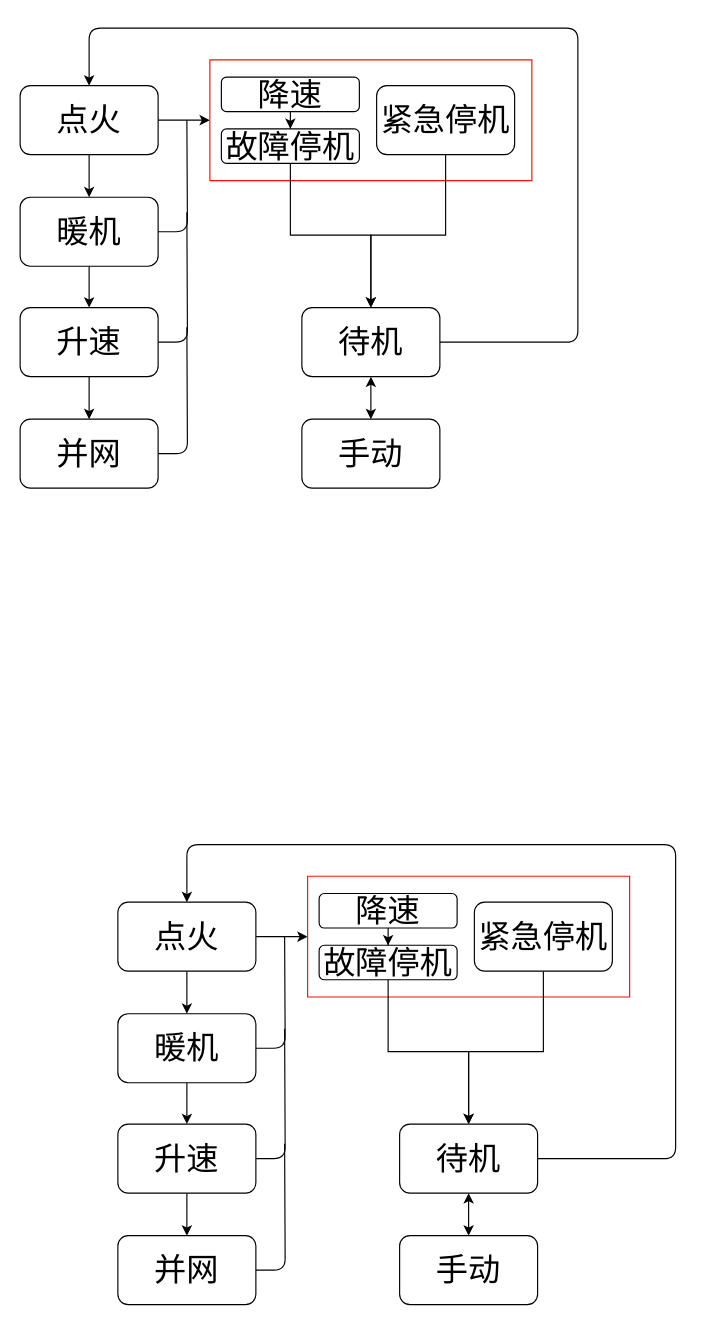
This is 未命名绘图.drawio from 0zhouzhou0/03SVN, a draw.io file, before an edit. Source tidied: cells renumbered, new cells numbered last; positions are measured from the earlier drawing's top-left corner, leaving out a move shared by most shapes. Both pictures are drawn from the tidied source at 115%, with x=0, y=0 at pixel (20, 28).
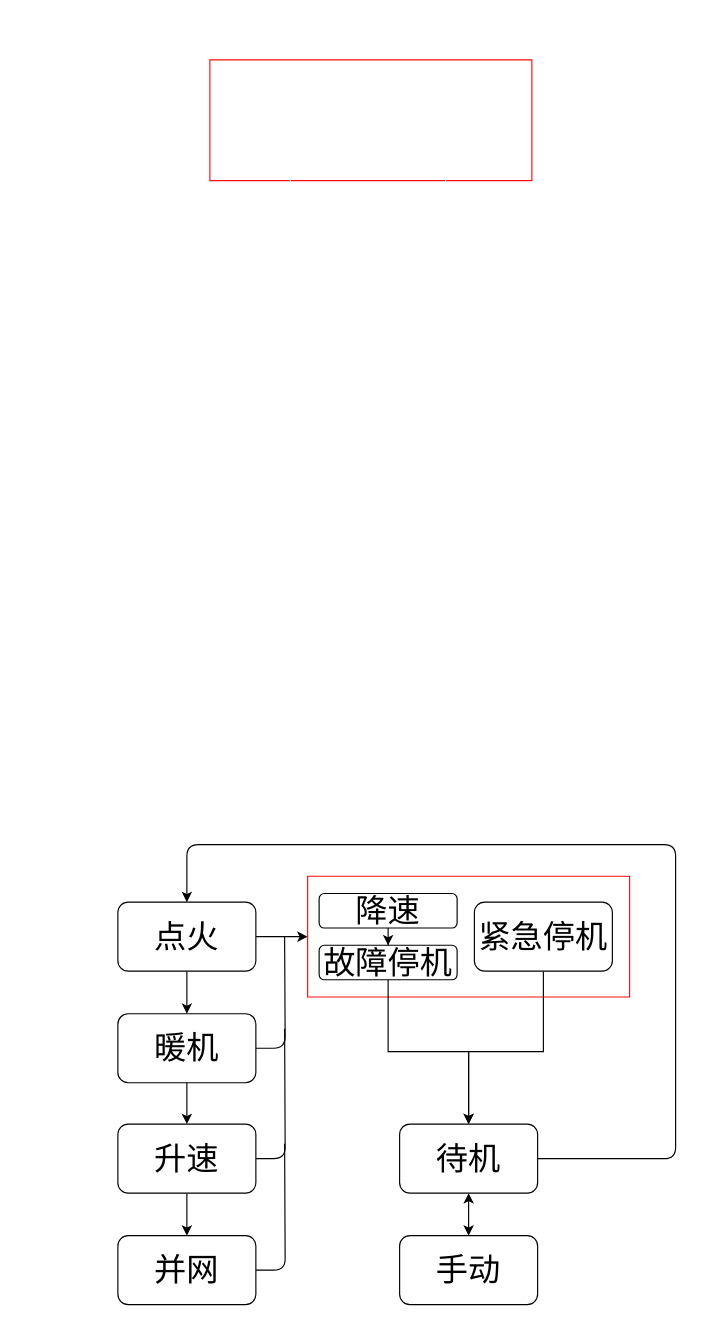
Above is the later version.

Commit message:
更新未命名绘图.drawio

Diff of the diagram source:
```diff
@@
-    <mxCell id="2" style="edgeStyle=orthogonalEdgeStyle;rounded=0;jettySize=auto;html=1;endArrow=none;endFill=0;startArrow=classic;startFill=1;" parent="1" edge="1" source="3" target="5">
+    <mxCell id="2" style="edgeStyle=orthogonalEdgeStyle;rounded=0;jettySize=auto;html=1;endArrow=none;endFill=0;startArrow=classic;startFill=1;strokeColor=#FFFFFF;" parent="1" edge="1" source="3" target="5">
       <mxGeometry relative="1" as="geometry" />
     </mxCell>
-    <mxCell id="3" style="verticalLabelPosition=bottom;verticalAlign=top;html=1;shape=mxgraph.basic.rect;fillColor2=none;strokeWidth=1;size=20;indent=5;strokeColor=light-dark(#fd0d0d, #ededed);" parent="1" vertex="1">
+    <mxCell id="3" style="verticalLabelPosition=bottom;verticalAlign=top;html=1;shape=mxgraph.basic.rect;fillColor2=none;strokeWidth=1;size=20;indent=5;strokeColor=light-dark(#fd0d0d, #ededed);labelBackgroundColor=#FFFFFF;textOpacity=0;fillColor=none;" parent="1" vertex="1">
       <mxGeometry x="165" y="27.5" width="280" height="105" as="geometry" />
     </mxCell>
-    <mxCell id="4" style="edgeStyle=orthogonalEdgeStyle;rounded=0;jettySize=auto;html=1;" parent="1" edge="1" source="5" target="8">
+    <mxCell id="4" style="edgeStyle=orthogonalEdgeStyle;rounded=0;jettySize=auto;html=1;strokeColor=#FFFFFF;" parent="1" edge="1" source="5" target="8">
       <mxGeometry relative="1" as="geometry" />
     </mxCell>
-    <mxCell id="5" value="点火" style="rounded=1;whiteSpace=wrap;html=1;fontSize=28;strokeColor=light-dark(#000000,#EDEDED);" parent="1" vertex="1">
+    <mxCell id="5" style="rounded=1;whiteSpace=wrap;html=1;fontSize=28;strokeColor=#FFFFFF;fillColor=none;" parent="1" vertex="1">
       <mxGeometry y="50" width="120" height="60" as="geometry" />
     </mxCell>
-    <mxCell id="6" style="edgeStyle=orthogonalEdgeStyle;rounded=0;jettySize=auto;html=1;" parent="1" edge="1" source="8" target="11">
+    <mxCell id="6" style="edgeStyle=orthogonalEdgeStyle;rounded=0;jettySize=auto;html=1;strokeColor=#FFFFFF;" parent="1" edge="1" source="8" target="11">
       <mxGeometry relative="1" as="geometry" />
     </mxCell>
-    <mxCell id="7" style="edgeStyle=orthogonalEdgeStyle;rounded=1;jettySize=auto;html=1;curved=0;endArrow=none;endFill=0;" parent="1" edge="1" source="8">
+    <mxCell id="7" style="edgeStyle=orthogonalEdgeStyle;rounded=1;jettySize=auto;html=1;curved=0;endArrow=none;endFill=0;strokeColor=#FFFFFF;" parent="1" edge="1" source="8">
       <mxGeometry relative="1" as="geometry">
         <mxPoint x="145" y="80" as="targetPoint" />
       </mxGeometry>
     </mxCell>
-    <mxCell id="8" value="暖机" style="rounded=1;whiteSpace=wrap;html=1;fontSize=28;" parent="1" vertex="1">
+    <mxCell id="8" style="rounded=1;whiteSpace=wrap;html=1;fontSize=28;strokeColor=#FFFFFF;fillColor=none;" parent="1" vertex="1">
       <mxGeometry y="147" width="120" height="60" as="geometry" />
     </mxCell>
-    <mxCell id="9" style="edgeStyle=orthogonalEdgeStyle;rounded=0;jettySize=auto;html=1;" parent="1" edge="1" source="11" target="13">
+    <mxCell id="9" style="edgeStyle=orthogonalEdgeStyle;rounded=0;jettySize=auto;html=1;strokeColor=#FFFFFF;" parent="1" edge="1" source="11" target="13">
       <mxGeometry relative="1" as="geometry" />
     </mxCell>
-    <mxCell id="10" style="edgeStyle=orthogonalEdgeStyle;rounded=1;jettySize=auto;html=1;curved=0;endArrow=none;endFill=0;" parent="1" edge="1" source="11">
+    <mxCell id="10" style="edgeStyle=orthogonalEdgeStyle;rounded=1;jettySize=auto;html=1;curved=0;endArrow=none;endFill=0;strokeColor=#FFFFFF;" parent="1" edge="1" source="11">
       <mxGeometry relative="1" as="geometry">
         <mxPoint x="145" y="160" as="targetPoint" />
       </mxGeometry>
     </mxCell>
-    <mxCell id="11" value="&lt;font style=&quot;font-size: 28px;&quot;&gt;升速&lt;/font&gt;" style="rounded=1;whiteSpace=wrap;html=1;" parent="1" vertex="1">
+    <mxCell id="11" style="rounded=1;whiteSpace=wrap;html=1;strokeColor=#FFFFFF;fillColor=none;" parent="1" vertex="1">
       <mxGeometry y="243" width="120" height="60" as="geometry" />
     </mxCell>
-    <mxCell id="12" style="edgeStyle=orthogonalEdgeStyle;rounded=1;jettySize=auto;html=1;endArrow=none;endFill=0;curved=0;" parent="1" edge="1" source="13">
+    <mxCell id="12" style="edgeStyle=orthogonalEdgeStyle;rounded=1;jettySize=auto;html=1;endArrow=none;endFill=0;curved=0;strokeColor=#FFFFFF;" parent="1" edge="1" source="13">
       <mxGeometry relative="1" as="geometry">
         <mxPoint x="145" y="260" as="targetPoint" />
       </mxGeometry>
     </mxCell>
-    <mxCell id="13" value="&lt;font style=&quot;font-size: 28px;&quot;&gt;并网&lt;/font&gt;" style="rounded=1;whiteSpace=wrap;html=1;" parent="1" vertex="1">
+    <mxCell id="13" style="rounded=1;whiteSpace=wrap;html=1;fillColor=none;strokeColor=#FFFFFF;" parent="1" vertex="1">
       <mxGeometry y="340" width="120" height="60" as="geometry" />
     </mxCell>
-    <mxCell id="14" value="&lt;font style=&quot;font-size: 28px;&quot;&gt;手动&lt;/font&gt;" style="rounded=1;whiteSpace=wrap;html=1;" parent="1" vertex="1">
+    <mxCell id="14" style="rounded=1;whiteSpace=wrap;html=1;strokeColor=#FFFFFF;fillColor=none;" parent="1" vertex="1">
       <mxGeometry x="245" y="340" width="120" height="60" as="geometry" />
     </mxCell>
-    <mxCell id="15" style="edgeStyle=orthogonalEdgeStyle;rounded=0;jettySize=auto;html=1;entryX=0.5;entryY=0;entryDx=0;entryDy=0;startArrow=classic;startFill=1;" parent="1" edge="1" source="19" target="14">
+    <mxCell id="15" style="edgeStyle=orthogonalEdgeStyle;rounded=0;jettySize=auto;html=1;entryX=0.5;entryY=0;entryDx=0;entryDy=0;startArrow=classic;startFill=1;strokeColor=#FFFFFF;" parent="1" edge="1" source="19" target="14">
       <mxGeometry relative="1" as="geometry" />
     </mxCell>
-    <mxCell id="16" style="edgeStyle=orthogonalEdgeStyle;rounded=0;jettySize=auto;html=1;entryX=0.5;entryY=0;entryDx=0;entryDy=0;" parent="1" edge="1" source="17" target="19">
+    <mxCell id="16" style="edgeStyle=orthogonalEdgeStyle;rounded=0;jettySize=auto;html=1;entryX=0.5;entryY=0;entryDx=0;entryDy=0;strokeColor=light-dark(#FFFFFF,#EDEDED);" parent="1" edge="1" source="17" target="19">
       <mxGeometry relative="1" as="geometry">
         <Array as="points">
           <mxPoint x="370" y="180" />
           <mxPoint x="305" y="180" />
         </Array>
       </mxGeometry>
     </mxCell>
-    <mxCell id="17" value="&lt;font style=&quot;font-size: 28px;&quot;&gt;紧急停机&lt;/font&gt;" style="rounded=1;whiteSpace=wrap;html=1;" parent="1" vertex="1">
+    <mxCell id="17" style="rounded=1;whiteSpace=wrap;html=1;strokeColor=#FFFFFF;fillColor=none;" parent="1" vertex="1">
       <mxGeometry x="310" y="50" width="120" height="60" as="geometry" />
     </mxCell>
-    <mxCell id="18" style="edgeStyle=orthogonalEdgeStyle;rounded=1;jettySize=auto;html=1;endArrow=classic;endFill=1;entryX=0.5;entryY=0;entryDx=0;entryDy=0;curved=0;" parent="1" edge="1" source="19" target="5">
+    <mxCell id="18" style="edgeStyle=orthogonalEdgeStyle;rounded=1;jettySize=auto;html=1;endArrow=classic;endFill=1;entryX=0.5;entryY=0;entryDx=0;entryDy=0;curved=0;strokeColor=#FFFFFF;" parent="1" edge="1" source="19" target="5">
       <mxGeometry relative="1" as="geometry">
         <Array as="points">
           <mxPoint x="485" y="273" />
           <mxPoint x="485" />
           <mxPoint x="60" />
         </Array>
       </mxGeometry>
     </mxCell>
-    <mxCell id="19" value="&lt;font style=&quot;font-size: 28px;&quot;&gt;待机&lt;/font&gt;" style="rounded=1;whiteSpace=wrap;html=1;" parent="1" vertex="1">
+    <mxCell id="19" style="rounded=1;whiteSpace=wrap;html=1;strokeColor=#FFFFFF;fillColor=none;" parent="1" vertex="1">
       <mxGeometry x="245" y="243" width="120" height="60" as="geometry" />
     </mxCell>
-    <mxCell id="20" style="edgeStyle=orthogonalEdgeStyle;rounded=0;jettySize=auto;html=1;" parent="1" edge="1" source="21" target="23">
+    <mxCell id="20" style="edgeStyle=orthogonalEdgeStyle;rounded=0;jettySize=auto;html=1;strokeColor=#FFFFFF;" parent="1" edge="1" source="21" target="23">
       <mxGeometry relative="1" as="geometry" />
     </mxCell>
-    <mxCell id="21" value="&lt;font style=&quot;font-size: 28px;&quot;&gt;降速&lt;/font&gt;" style="rounded=1;whiteSpace=wrap;html=1;" parent="1" vertex="1">
-      <mxGeometry x="175" y="42.5" width="120" height="30" as="geometry" />
+    <mxCell id="21" style="rounded=1;whiteSpace=wrap;html=1;strokeColor=#FFFFFF;fillColor=none;" parent="1" vertex="1">
+      <mxGeometry x="175" y="37.5" width="120" height="30" as="geometry" />
     </mxCell>
-    <mxCell id="22" style="edgeStyle=orthogonalEdgeStyle;rounded=0;jettySize=auto;html=1;entryX=0.5;entryY=0;entryDx=0;entryDy=0;" parent="1" edge="1" source="23" target="19">
+    <mxCell id="22" style="edgeStyle=orthogonalEdgeStyle;rounded=0;jettySize=auto;html=1;entryX=0.5;entryY=0;entryDx=0;entryDy=0;strokeColor=light-dark(#FFFFFF,#EDEDED);" parent="1" edge="1" source="23" target="19">
       <mxGeometry relative="1" as="geometry">
         <Array as="points">
           <mxPoint x="235" y="180" />
           <mxPoint x="305" y="180" />
         </Array>
       </mxGeometry>
     </mxCell>
-    <mxCell id="23" value="&lt;font style=&quot;font-size: 28px;&quot;&gt;故障停机&lt;/font&gt;" style="rounded=1;whiteSpace=wrap;html=1;" parent="1" vertex="1">
+    <mxCell id="23" style="rounded=1;whiteSpace=wrap;html=1;strokeColor=#FFFFFF;fillColor=none;" parent="1" vertex="1">
       <mxGeometry x="175" y="87.5" width="120" height="30" as="geometry" />
     </mxCell>
@@
-    <mxCell id="25" style="verticalLabelPosition=bottom;verticalAlign=top;html=1;shape=mxgraph.basic.rect;fillColor2=none;strokeWidth=1;size=20;indent=5;strokeColor=light-dark(#fd0d0d, #ededed);" parent="1" vertex="1">
+    <mxCell id="25" style="verticalLabelPosition=bottom;verticalAlign=top;html=1;shape=mxgraph.basic.rect;fillColor2=none;strokeWidth=1;size=20;indent=5;strokeColor=light-dark(#fd0d0d, #ededed);labelBackgroundColor=none;fillColor=none;" parent="1" vertex="1">
       <mxGeometry x="250" y="737.5" width="280" height="105" as="geometry" />
     </mxCell>
```
